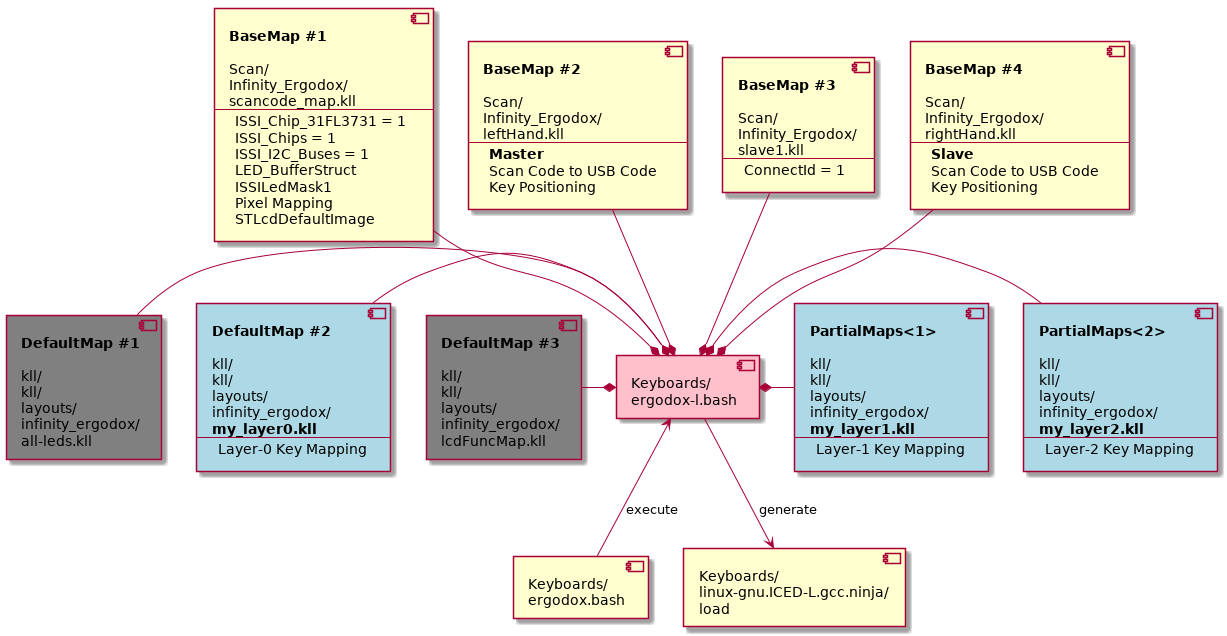
kluelogic/controller keeps this PlantUML diagram as doc/uml/build.png. Above is the earlier version. The source it was exported from:
```plantuml
@startuml
component ergodox_l_bash #Pink [
Keyboards/
ergodox-l.bash
]


component ergodox_bash [
Keyboards/
ergodox.bash
]

component scancode_map_kll [
<b>BaseMap #1

Scan/
Infinity_Ergodox/
scancode_map.kll
---
ISSI_Chip_31FL3731 = 1
ISSI_Chips = 1
ISSI_I2C_Buses = 1
LED_BufferStruct
ISSILedMask1
Pixel Mapping
STLcdDefaultImage
]

component leftHand_kll [
<b>BaseMap #2

Scan/
Infinity_Ergodox/
leftHand.kll
---
<b>Master
Scan Code to USB Code
Key Positioning
]

component slave1_kll [
<b>BaseMap #3

Scan/
Infinity_Ergodox/
slave1.kll
---
ConnectId = 1
]

component rightHand_kll [
<b>BaseMap #4

Scan/
Infinity_Ergodox/
rightHand.kll
---
<b>Slave
Scan Code to USB Code
Key Positioning
]

component all_leds_kll #Gray [
<b>DefaultMap #1

kll/
kll/
layouts/
infinity_ergodox/
all-leds.kll
]


component my_layer0_kll #LightBlue [
<b>DefaultMap #2

kll/
kll/
layouts/
infinity_ergodox/
<b>my_layer0.kll
---
Layer-0 Key Mapping
]

component lcdFuncMap_kll #Gray [
<b>DefaultMap #3

kll/
kll/
layouts/
infinity_ergodox/
lcdFuncMap.kll
]



component my_layer1_kll #LightBlue [
<b>PartialMaps<1>

kll/
kll/
layouts/
infinity_ergodox/
<b>my_layer1.kll
---
Layer-1 Key Mapping
]

component my_layer2_kll #LightBlue [
<b>PartialMaps<2>

kll/
kll/
layouts/
infinity_ergodox/
<b>my_layer2.kll
---
Layer-2 Key Mapping
]


component L_load [
Keyboards/
linux-gnu.ICED-L.gcc.ninja/
load
]

ergodox_bash -up-> ergodox_l_bash: execute
ergodox_l_bash --> L_load : generate


scancode_map_kll     --* ergodox_l_bash
leftHand_kll         --* ergodox_l_bash
slave1_kll           --* ergodox_l_bash
rightHand_kll        --* ergodox_l_bash
all_leds_kll          -* ergodox_l_bash
my_layer0_kll         -* ergodox_l_bash
lcdFuncMap_kll        -* ergodox_l_bash
my_layer2_kll    -right-* ergodox_l_bash
my_layer1_kll    -right-* ergodox_l_bash


@enduml
```
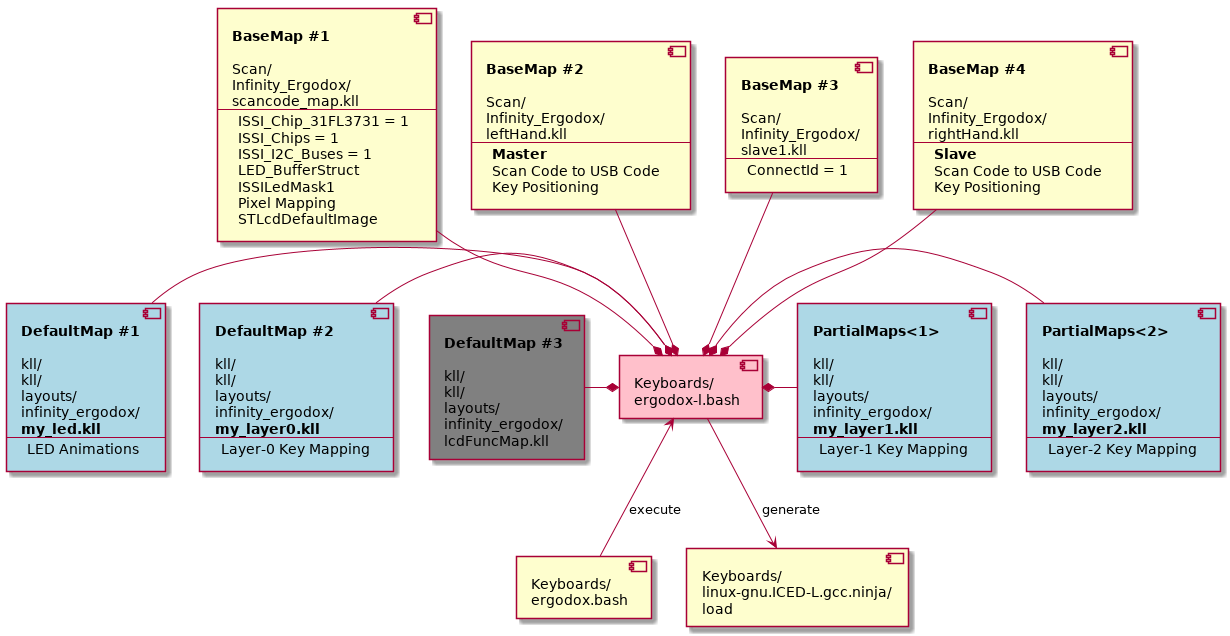
Above is the later version.

The edit, as a diff of the source:
```diff
@@ -60,14 +60,16 @@
 Key Positioning
 ]
 
-component all_leds_kll #Gray [
+component all_leds_kll #lightBlue [
 <b>DefaultMap #1
 
 kll/
 kll/
 layouts/
 infinity_ergodox/
-all-leds.kll
+<b>my_led.kll
+---
+LED Animations
 ]
 
 
```
